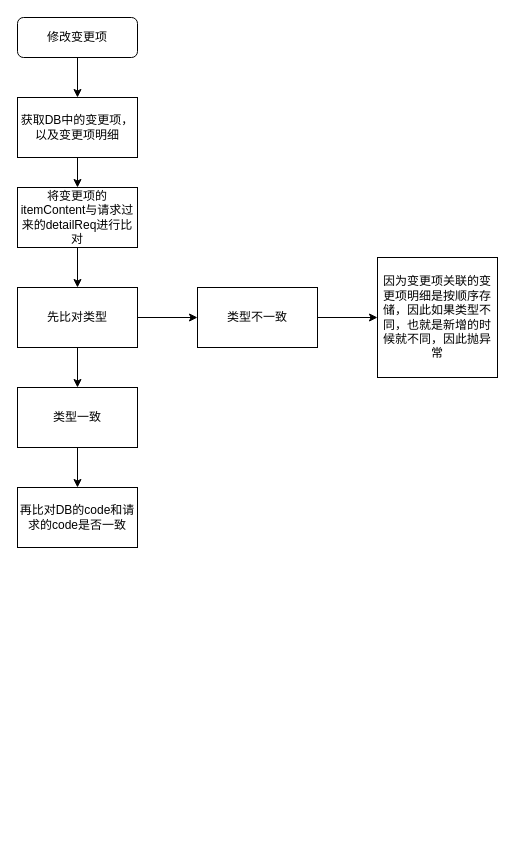
Above: page "修改变更项流程图" (2 of 2) of Untitled Diagram.drawio in JJazin/abc (draw.io), before the change. Source tidied: cells renumbered, new cells numbered last; positions are measured from the earlier drawing's top-left corner, leaving out a move shared by most shapes. Both pictures are drawn from the tidied source at 100%, with x=0, y=0 at pixel (17, 17).
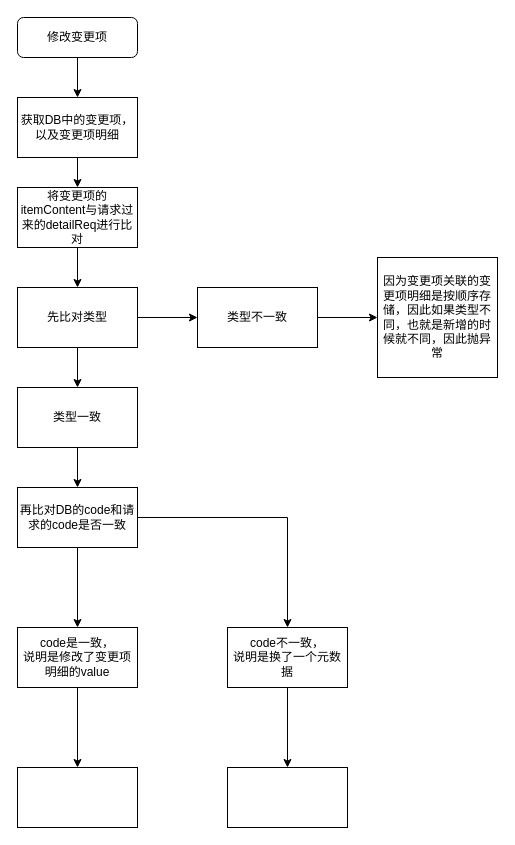
The same page after the edit.

The change refers to these unchanged cells:
```xml
<mxCell id="15" value="再比对DB的code和请求的code是否一致" style="whiteSpace=wrap;html=1;rounded=0;" parent="1" vertex="1">
  <mxGeometry y="470" width="120" height="60" as="geometry" />
</mxCell>
```

Diff of the diagram source:
```diff
@@
+    <mxCell id="17" style="edgeStyle=orthogonalEdgeStyle;rounded=0;jettySize=auto;html=1;" parent="1" edge="1" source="15" target="20">
+      <mxGeometry relative="1" as="geometry" />
+    </mxCell>
+    <mxCell id="18" style="edgeStyle=orthogonalEdgeStyle;rounded=0;jettySize=auto;html=1;" parent="1" edge="1" source="15" target="22">
+      <mxGeometry relative="1" as="geometry" />
+    </mxCell>
@@
+    <mxCell id="19" style="edgeStyle=orthogonalEdgeStyle;rounded=0;jettySize=auto;html=1;" parent="1" edge="1" source="20" target="23">
+      <mxGeometry relative="1" as="geometry" />
+    </mxCell>
+    <mxCell id="20" value="code是一致，&lt;br&gt;说明是修改了变更项明细的value" style="whiteSpace=wrap;html=1;rounded=0;" parent="1" vertex="1">
+      <mxGeometry y="610" width="120" height="60" as="geometry" />
+    </mxCell>
+    <mxCell id="21" style="edgeStyle=orthogonalEdgeStyle;rounded=0;jettySize=auto;html=1;" parent="1" edge="1" source="22" target="24">
+      <mxGeometry relative="1" as="geometry" />
+    </mxCell>
+    <mxCell id="22" value="code不一致，&lt;br&gt;说明是换了一个元数据" style="whiteSpace=wrap;html=1;rounded=0;" parent="1" vertex="1">
+      <mxGeometry x="210" y="610" width="120" height="60" as="geometry" />
+    </mxCell>
+    <mxCell id="23" style="whiteSpace=wrap;html=1;rounded=0;" parent="1" vertex="1">
+      <mxGeometry y="750" width="120" height="60" as="geometry" />
+    </mxCell>
+    <mxCell id="24" style="whiteSpace=wrap;html=1;rounded=0;direction=west;" parent="1" vertex="1">
+      <mxGeometry x="210" y="750" width="120" height="60" as="geometry" />
+    </mxCell>
```
